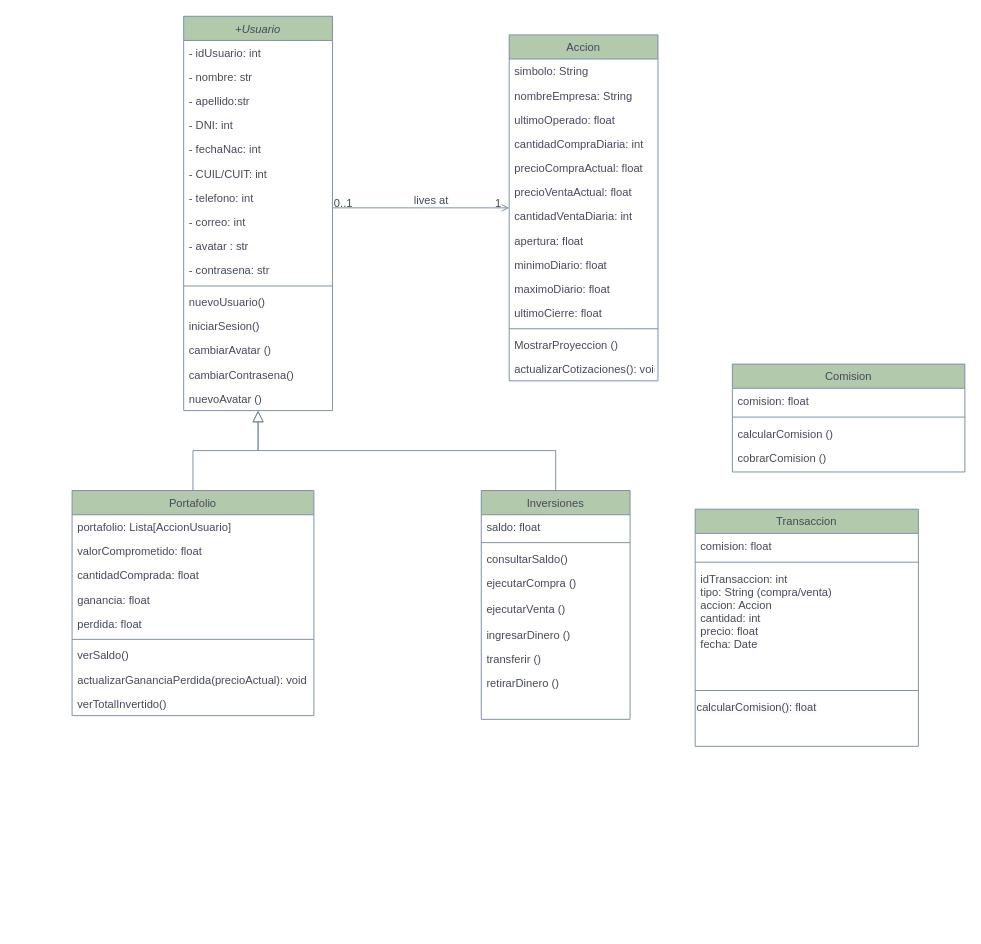
INNOVAcodersISPC/ARGBroker keeps this draw.io diagram as Documentación/Diagrama de clases.drawio. Above is the earlier version. Source tidied: cells renumbered, new cells numbered last; positions are measured from the earlier drawing's top-left corner, leaving out a move shared by most shapes. Both pictures are drawn from the tidied source at 93%, with x=0, y=0 at pixel (72, 16).
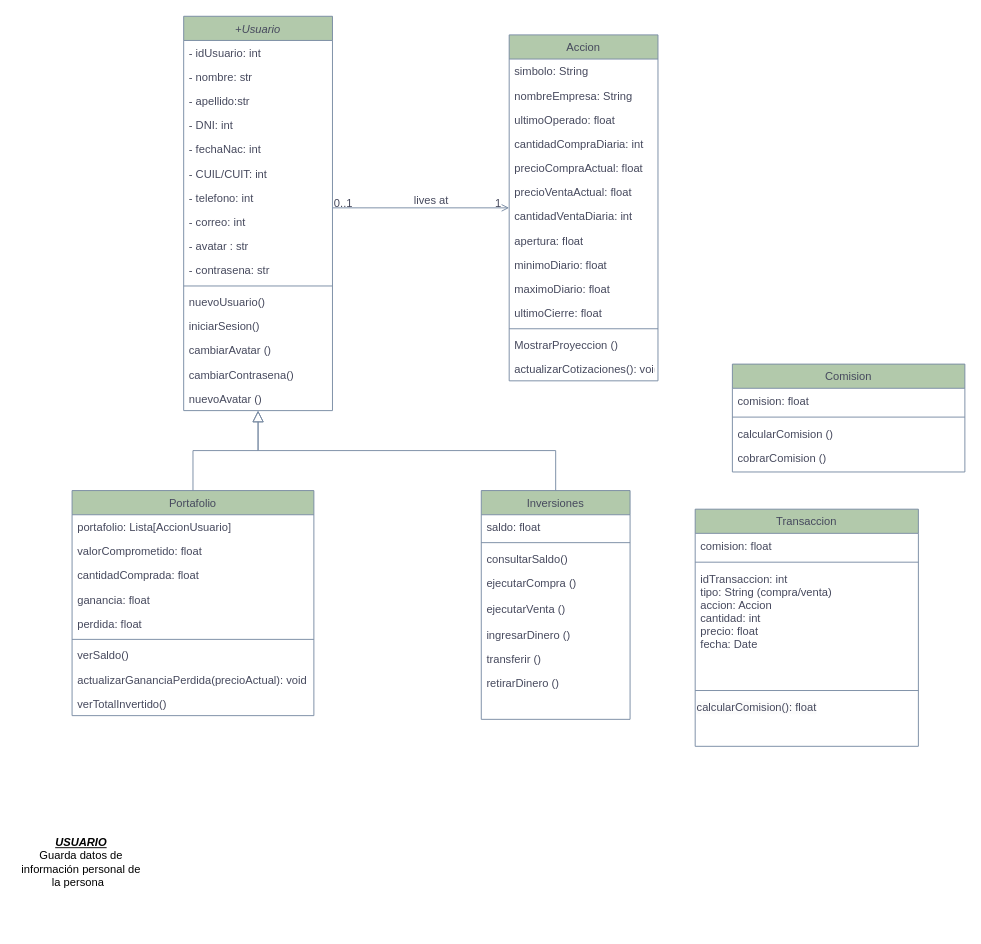
After the change.

Change to the diagram source:
```diff
@@
+    <mxCell id="70" value="&lt;b&gt;&lt;i&gt;&lt;u&gt;USUARIO&lt;/u&gt;&lt;/i&gt;&lt;/b&gt;&lt;div&gt;Guarda datos de información personal de la persona&amp;nbsp;&amp;nbsp;&lt;/div&gt;" style="text;html=1;align=center;verticalAlign=middle;whiteSpace=wrap;rounded=0;" parent="1" vertex="1">
+      <mxGeometry x="-60" y="840" width="140" height="140" as="geometry" />
+    </mxCell>
```
